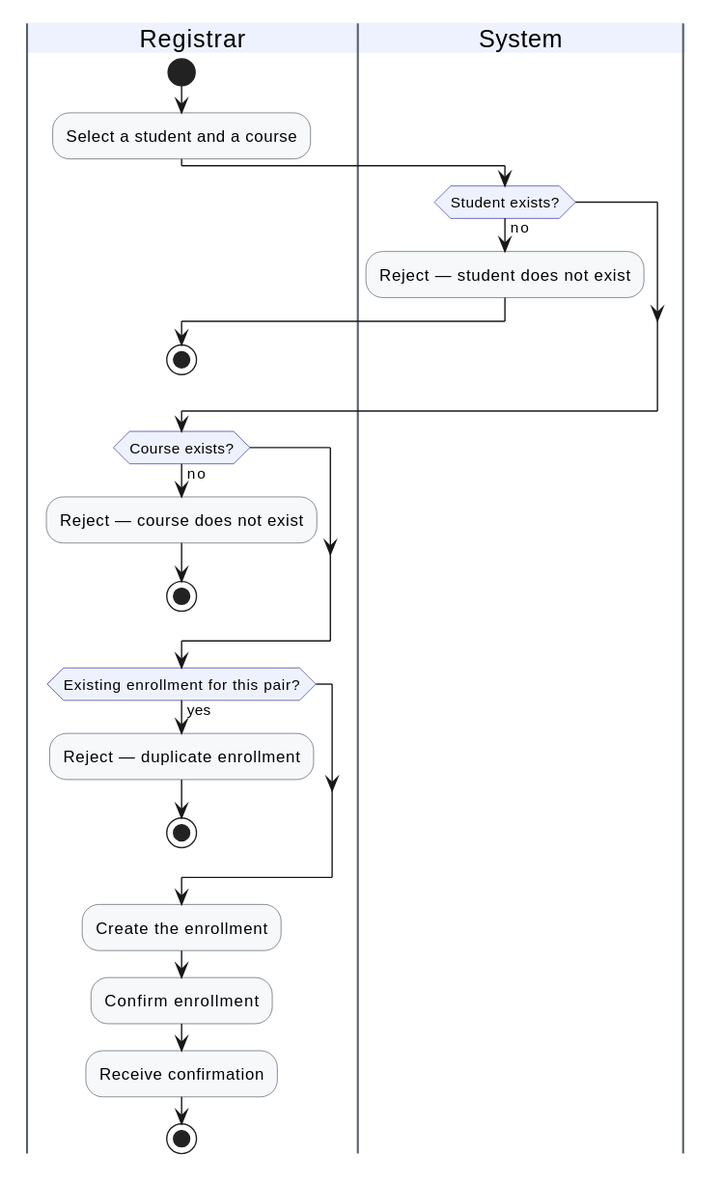
Before: docs/BA-docs/activity-diagram-assets/uc11-enroll-student.svg, a diagram exported from PlantUML (phuchoang2005/Student-Management-System).
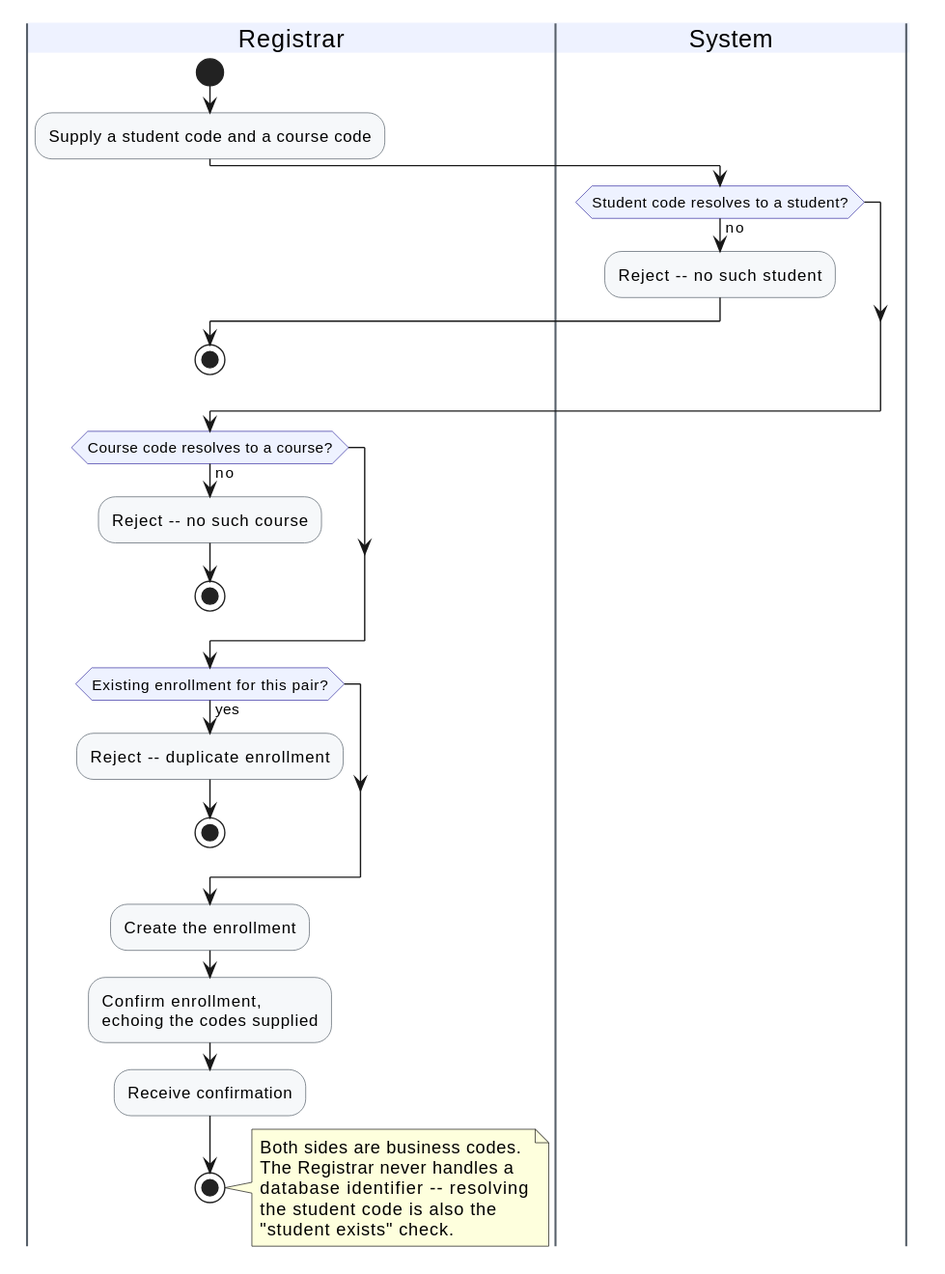
After the change.

Diff of the diagram source:
```diff
@@ -13,28 +13,36 @@
 
 |Registrar|
 start
-:Select a student and a course;
+:Supply a student code and a course code;
 
 |System|
-if (Student exists?) then (no)
-  :Reject — student does not exist;
+if (Student code resolves to a student?) then (no)
+  :Reject -- no such student;
   |Registrar|
   stop
 endif
-if (Course exists?) then (no)
-  :Reject — course does not exist;
+if (Course code resolves to a course?) then (no)
+  :Reject -- no such course;
   |Registrar|
   stop
 endif
 if (Existing enrollment for this pair?) then (yes)
-  :Reject — duplicate enrollment;
+  :Reject -- duplicate enrollment;
   |Registrar|
   stop
 endif
 :Create the enrollment;
-:Confirm enrollment;
+:Confirm enrollment,\nechoing the codes supplied;
 
 |Registrar|
 :Receive confirmation;
 stop
+
+note right
+  Both sides are business codes.
+  The Registrar never handles a
+  database identifier -- resolving
+  the student code is also the
+  "student exists" check.
+end note
 @enduml
```
